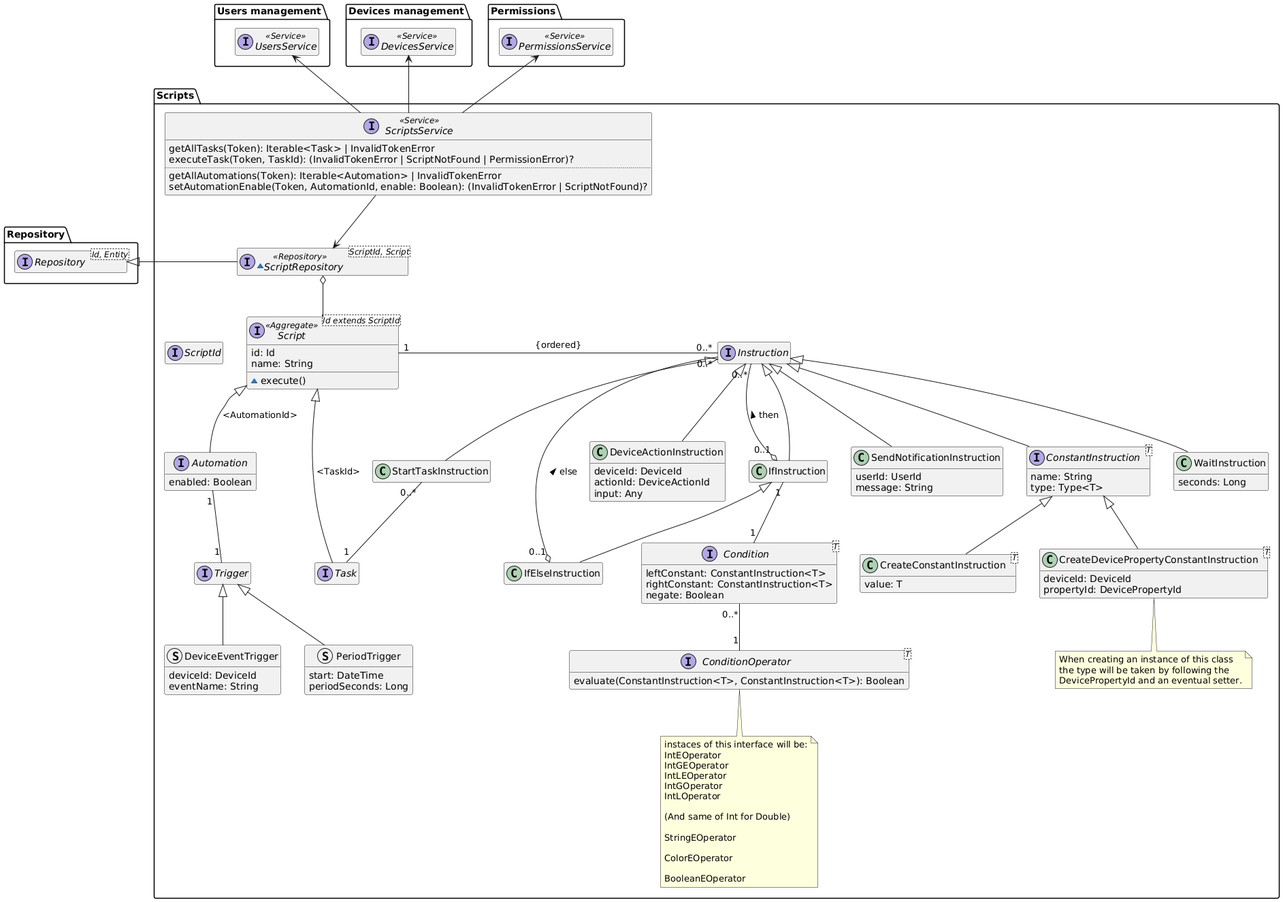
Earlier version of the PlantUML export diagrams/generated/scripts-domain-model.png (DomoticASW/.github).
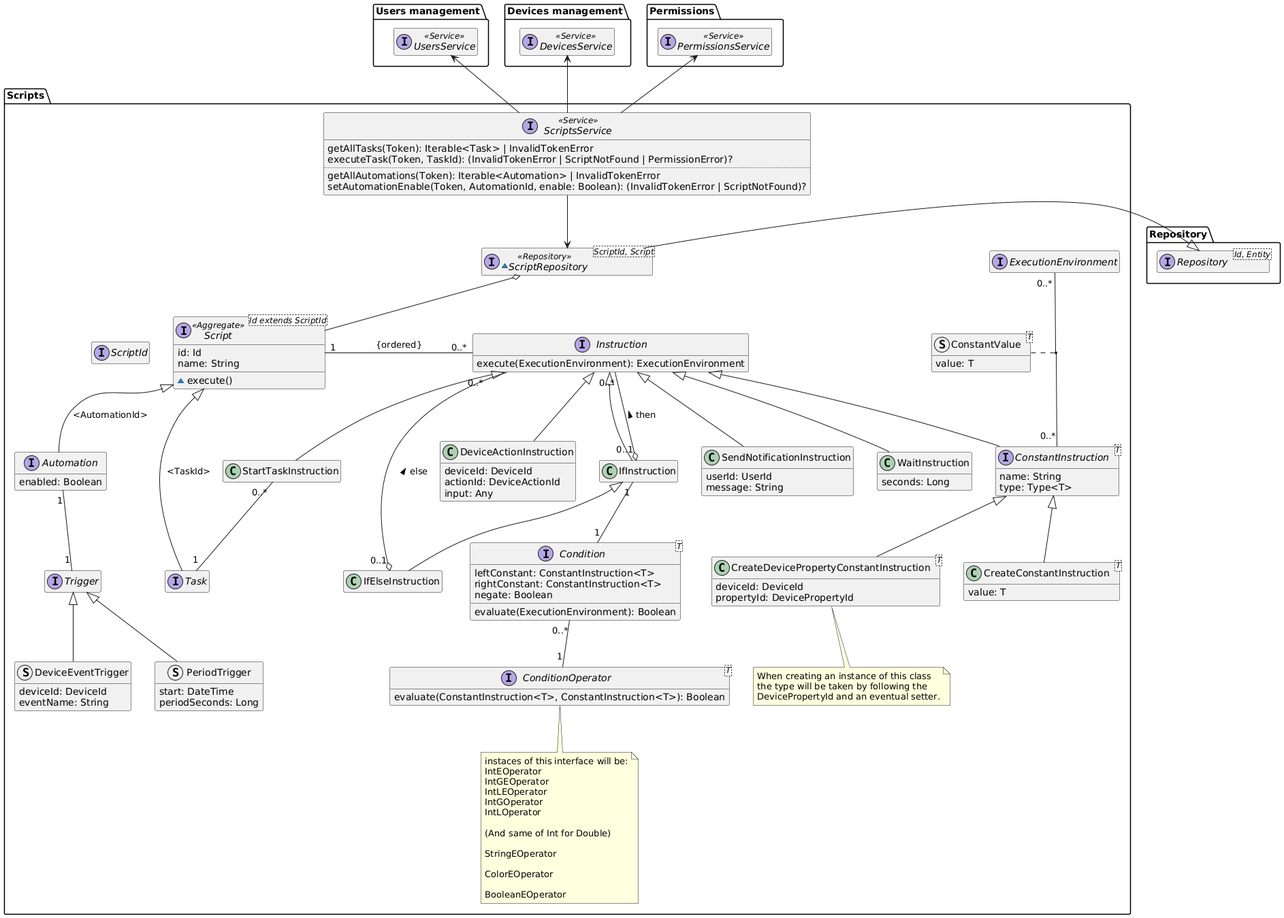
Later version of the same file.

Commit message:
Add ExecutionEnvironment to scripts diagram

Diff of the diagram source:
```diff
@@ -45,6 +45,7 @@
     }
 
     interface Instruction {
+        execute(ExecutionEnvironment): ExecutionEnvironment
     }
 
     class DeviceActionInstruction extends Instruction {
@@ -91,6 +92,7 @@
         leftConstant: ConstantInstruction<T>
         rightConstant: ConstantInstruction<T>
         negate: Boolean
+        evaluate(ExecutionEnvironment): Boolean
     }
 
     interface ConditionOperator<T> {
@@ -113,6 +115,15 @@
 
         BooleanEOperator
     end note
+
+    interface ExecutionEnvironment
+
+    struct ConstantValue<T> {
+        value: T
+    }
+
+    ExecutionEnvironment "0..*" -- "0..*" ConstantInstruction
+    ConstantValue .. (ExecutionEnvironment, ConstantInstruction)
 
     ~interface ScriptRepository<ScriptId, Script> <<Repository>> {
     }
```
